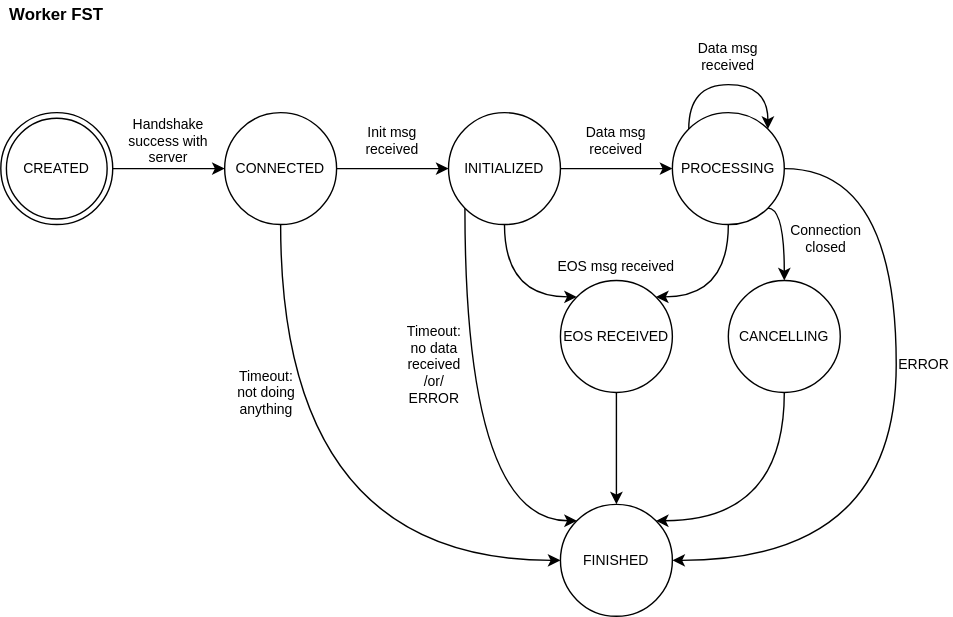
Earlier version of the draw.io export drawio/worker-fst.svg (alkazap/kaldi-gstreamer-server). Source tidied: cells renumbered, new cells last; positions are measured from the earlier drawing's top-left corner, leaving out a move shared by most shapes.
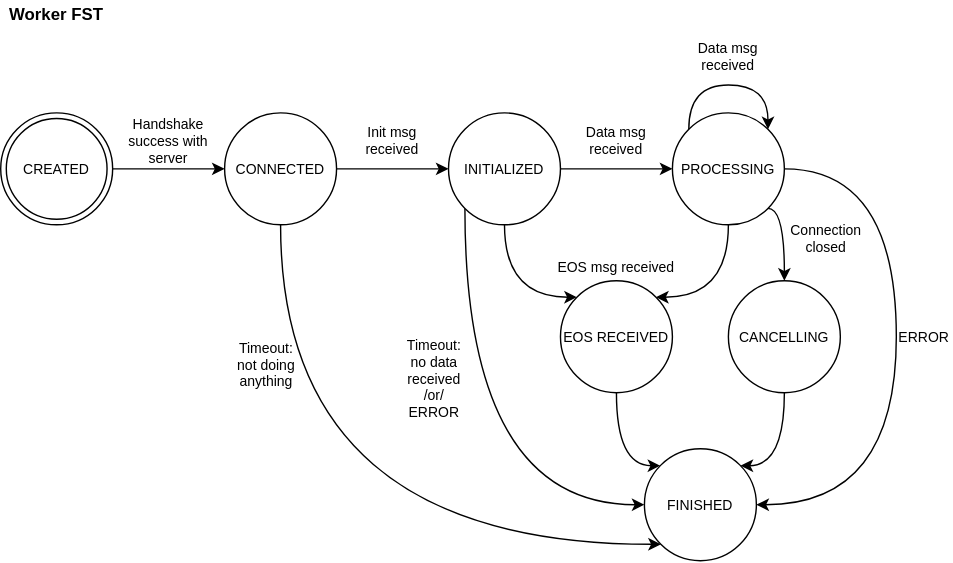
After the change.

The edit, as a diff of the source:
```diff
@@ -2,8 +2,12 @@
   <root>
     <mxCell id="0" />
     <mxCell id="1" parent="0" />
-    <mxCell id="2" style="edgeStyle=orthogonalEdgeStyle;curved=1;jettySize=auto;html=1;exitX=0.5;exitY=1;exitDx=0;exitDy=0;entryX=0;entryY=0.5;entryDx=0;entryDy=0;endArrow=classic;endFill=1;fontSize=10;" parent="1" edge="1" source="4" target="17">
-      <mxGeometry relative="1" as="geometry" />
+    <mxCell id="2" style="edgeStyle=orthogonalEdgeStyle;curved=1;jettySize=auto;html=1;exitX=0.5;exitY=1;exitDx=0;exitDy=0;entryX=0;entryY=1;entryDx=0;entryDy=0;endArrow=classic;endFill=1;fontSize=10;" parent="1" edge="1" source="4" target="17">
+      <mxGeometry relative="1" as="geometry">
+        <Array as="points">
+          <mxPoint x="200" y="388" />
+        </Array>
+      </mxGeometry>
     </mxCell>
     <mxCell id="3" style="edgeStyle=orthogonalEdgeStyle;rounded=0;jettySize=auto;html=1;exitX=1;exitY=0.5;exitDx=0;exitDy=0;entryX=0;entryY=0.5;entryDx=0;entryDy=0;" parent="1" edge="1" source="4" target="8">
       <mxGeometry relative="1" as="geometry" />
@@ -18,10 +22,10 @@
         </Array>
       </mxGeometry>
     </mxCell>
-    <mxCell id="6" style="edgeStyle=orthogonalEdgeStyle;curved=1;jettySize=auto;html=1;exitX=0;exitY=1;exitDx=0;exitDy=0;entryX=0;entryY=0;entryDx=0;entryDy=0;endArrow=classic;endFill=1;fontSize=10;" parent="1" edge="1" source="8" target="17">
+    <mxCell id="6" style="edgeStyle=orthogonalEdgeStyle;curved=1;jettySize=auto;html=1;exitX=0;exitY=1;exitDx=0;exitDy=0;entryX=0;entryY=0.5;entryDx=0;entryDy=0;endArrow=classic;endFill=1;fontSize=10;" parent="1" edge="1" source="8" target="17">
       <mxGeometry relative="1" as="geometry">
         <Array as="points">
-          <mxPoint x="332" y="372" />
+          <mxPoint x="332" y="360" />
         </Array>
       </mxGeometry>
     </mxCell>
@@ -42,7 +46,7 @@
       <mxGeometry relative="1" as="geometry">
         <Array as="points">
           <mxPoint x="640" y="120" />
-          <mxPoint x="640" y="400" />
+          <mxPoint x="640" y="360" />
         </Array>
       </mxGeometry>
     </mxCell>
@@ -56,8 +60,12 @@
     <mxCell id="12" value="PROCESSING" style="ellipse;whiteSpace=wrap;html=1;fontSize=10;" parent="1" vertex="1">
       <mxGeometry x="480" y="80" width="80" height="80" as="geometry" />
     </mxCell>
-    <mxCell id="13" style="edgeStyle=orthogonalEdgeStyle;curved=1;jettySize=auto;html=1;exitX=0.5;exitY=1;exitDx=0;exitDy=0;entryX=0.5;entryY=0;entryDx=0;entryDy=0;endArrow=classic;endFill=1;fontSize=10;" parent="1" edge="1" source="14" target="17">
-      <mxGeometry relative="1" as="geometry" />
+    <mxCell id="13" style="edgeStyle=orthogonalEdgeStyle;curved=1;jettySize=auto;html=1;exitX=0.5;exitY=1;exitDx=0;exitDy=0;entryX=0;entryY=0;entryDx=0;entryDy=0;" parent="1" edge="1" source="14" target="17">
+      <mxGeometry relative="1" as="geometry">
+        <Array as="points">
+          <mxPoint x="440" y="332" />
+        </Array>
+      </mxGeometry>
     </mxCell>
     <mxCell id="14" value="EOS RECEIVED" style="ellipse;whiteSpace=wrap;html=1;fontSize=10;" parent="1" vertex="1">
       <mxGeometry x="400" y="200" width="80" height="80" as="geometry" />
@@ -65,7 +73,7 @@
     <mxCell id="15" style="edgeStyle=orthogonalEdgeStyle;curved=1;jettySize=auto;html=1;exitX=0.5;exitY=1;exitDx=0;exitDy=0;entryX=1;entryY=0;entryDx=0;entryDy=0;endArrow=classic;endFill=1;fontSize=10;" parent="1" edge="1" source="16" target="17">
       <mxGeometry relative="1" as="geometry">
         <Array as="points">
-          <mxPoint x="560" y="372" />
+          <mxPoint x="560" y="332" />
         </Array>
       </mxGeometry>
     </mxCell>
@@ -73,7 +81,7 @@
       <mxGeometry x="520" y="200" width="80" height="80" as="geometry" />
     </mxCell>
     <mxCell id="17" value="FINISHED" style="ellipse;whiteSpace=wrap;html=1;fontSize=10;" parent="1" vertex="1">
-      <mxGeometry x="400" y="360" width="80" height="80" as="geometry" />
+      <mxGeometry x="460" y="320" width="80" height="80" as="geometry" />
     </mxCell>
     <mxCell id="18" value="Handshake success with server" style="text;html=1;strokeColor=none;fillColor=none;align=center;verticalAlign=middle;whiteSpace=wrap;rounded=0;fontSize=10;" parent="1" vertex="1">
       <mxGeometry x="80" y="80" width="80" height="40" as="geometry" />
@@ -88,13 +96,13 @@
       <mxGeometry x="380" y="180" width="120" height="20" as="geometry" />
     </mxCell>
     <mxCell id="22" value="ERROR" style="text;html=1;strokeColor=none;fillColor=none;align=center;verticalAlign=middle;whiteSpace=wrap;rounded=0;fontSize=10;" parent="1" vertex="1">
-      <mxGeometry x="640" y="240" width="40" height="40" as="geometry" />
+      <mxGeometry x="640" y="220" width="40" height="40" as="geometry" />
     </mxCell>
     <mxCell id="23" value="Timeout: &lt;br&gt;not doing anything" style="text;html=1;strokeColor=none;fillColor=none;align=center;verticalAlign=middle;whiteSpace=wrap;rounded=0;fontSize=10;" parent="1" vertex="1">
-      <mxGeometry x="160" y="260" width="60" height="40" as="geometry" />
+      <mxGeometry x="160" y="240" width="60" height="40" as="geometry" />
     </mxCell>
     <mxCell id="24" value="Timeout: &lt;br&gt;no data received&lt;br&gt;/or/&lt;br&gt;ERROR" style="text;html=1;strokeColor=none;fillColor=none;align=center;verticalAlign=middle;whiteSpace=wrap;rounded=0;fontSize=10;" parent="1" vertex="1">
-      <mxGeometry x="280" y="230" width="60" height="60" as="geometry" />
+      <mxGeometry x="280" y="240" width="60" height="60" as="geometry" />
     </mxCell>
     <mxCell id="25" style="edgeStyle=orthogonalEdgeStyle;rounded=0;jettySize=auto;html=1;exitX=1;exitY=0.5;exitDx=0;exitDy=0;entryX=0;entryY=0.5;entryDx=0;entryDy=0;" parent="1" edge="1" source="26" target="4">
       <mxGeometry relative="1" as="geometry" />
```
